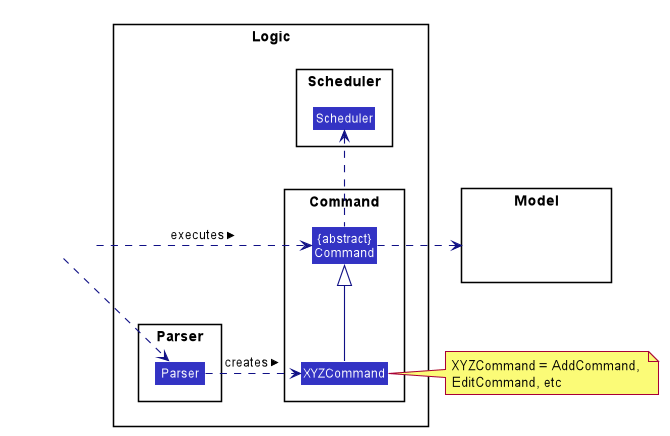
This is docs/DG_Images/LogicClassDiagram.png from nus-cs2113-AY2021S1/tp, a PlantUML export, as it was before one commit. Source of this version:
```plantuml
@startuml








skinparam BackgroundColor #FFFFFFF

skinparam Shadowing false

skinparam Class {
    FontColor #FFFFFF
    BorderThickness 1
    BorderColor #FFFFFF
    StereotypeFontColor #FFFFFF
    FontName Arial
}

skinparam Actor {
    BorderColor #000000
    Color #000000
    FontName Arial
}

skinparam Sequence {
    MessageAlign center
    BoxFontSize 15
    BoxPadding 0
    BoxFontColor #FFFFFF
    FontName Arial
}

skinparam Participant {
    FontColor #FFFFFFF
    Padding 20
}

skinparam MinClassWidth 50
skinparam ParticipantPadding 10
skinparam Shadowing false
skinparam DefaultTextAlignment center
skinparam packageStyle Rectangle

hide footbox
hide members
hide circle
skinparam arrowThickness 1.1
skinparam arrowColor #101086
skinparam classBackgroundColor #3333C4

package Logic {

package Parser {
Class Parser
}

package Command {
Class XYZCommand
Class "{abstract}\nCommand" as Command
}

package Scheduler {
Class Scheduler
}
}

package Model{
Class HiddenModel #FFFFFF
}

Class HiddenOutside #FFFFFF
HiddenOutside .right.> Parser

Parser .right.> XYZCommand : creates >

HiddenOutside .right.> Command : executes >

XYZCommand -up-|> Command

Command .right.> Model
note right of XYZCommand: XYZCommand = AddCommand, \nEditCommand, etc
Command .up.> Scheduler

@enduml
```
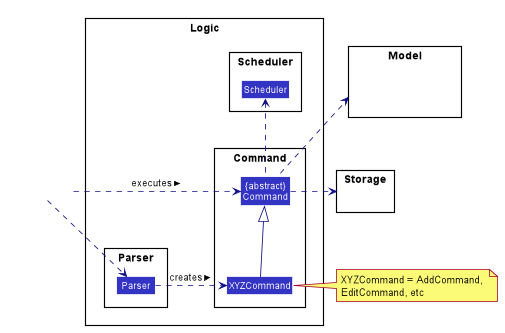
The same diagram one commit later.

Change to the diagram source:
```diff
@@ -71,6 +71,10 @@
 Class HiddenModel #FFFFFF
 }
 
+package Storage{
+Class HiddenModel #FFFFFF
+}
+
 Class HiddenOutside #FFFFFF
 HiddenOutside .right.> Parser
 
@@ -80,8 +84,11 @@
 
 XYZCommand -up-|> Command
 
-Command .right.> Model
+Command .right.> Storage
+
+Command .up.> Model
 note right of XYZCommand: XYZCommand = AddCommand, \nEditCommand, etc
 Command .up.> Scheduler
 
+
 @enduml
```
